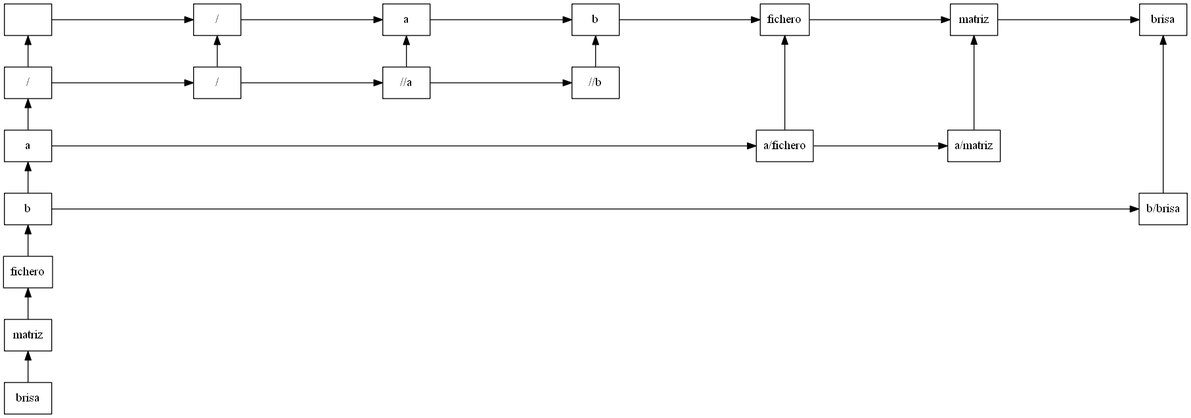
This is matriz.png from Aranmarh/EDD_2S2019_PY2_201408507, a Graphviz export, as it was before one commit. Its source is kept beside it as Matriz.dot.
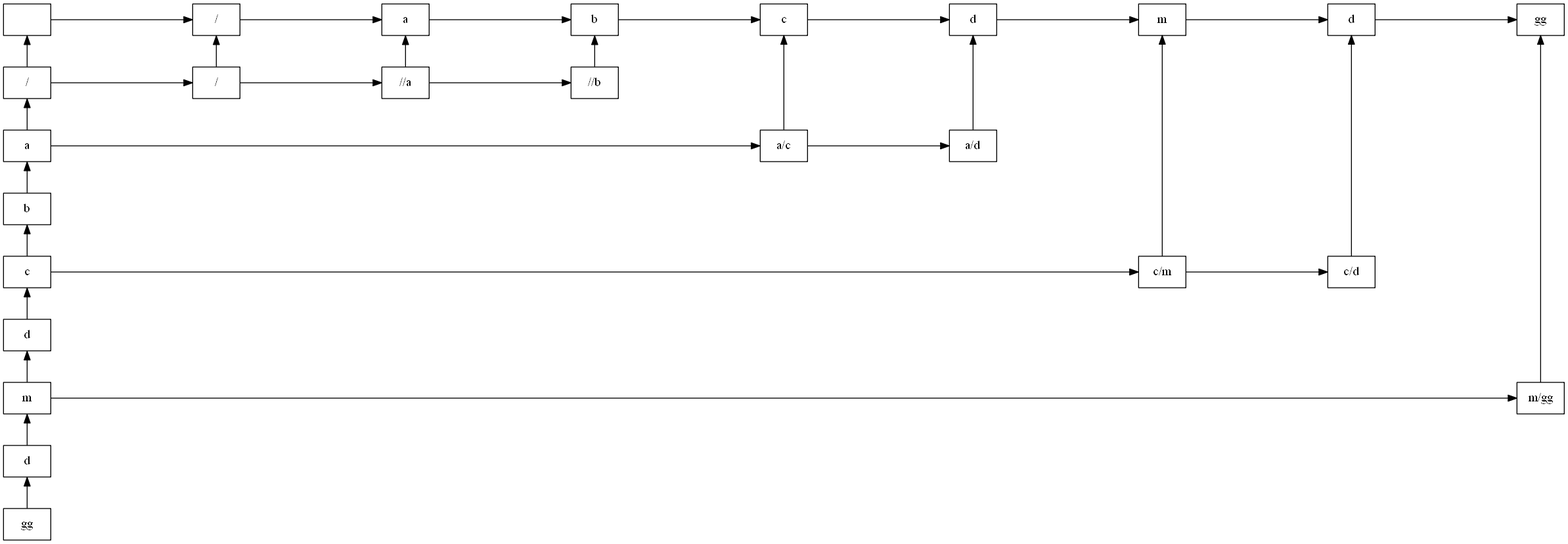
The same file after the commit.

The edit, as a diff of the source:
```diff
@@ -8,11 +8,15 @@
 20->30
 30[label="b " pos="9,0!"];
 30->40
-40[label="fichero " pos="12,0!"];
+40[label="c " pos="12,0!"];
 40->50
-50[label="matriz " pos="15,0!"];
+50[label="d " pos="15,0!"];
 50->60
-60[label="brisa " pos="18,0!"];
+60[label="m " pos="18,0!"];
+60->70
+70[label="d " pos="21,0!"];
+70->80
+80[label="gg " pos="24,0!"];
 01[label="/ " pos="0,-1!"];
 01->00
 01->11
@@ -27,20 +31,30 @@
 02[label="a " pos="0,-2!"];
 02->01
 02->42
-42[label="a/fichero " pos="12,-2!"];
+42[label="a/c " pos="12,-2!"];
 42->40
 42->52
-52[label="a/matriz " pos="15,-2!"];
+52[label="a/d " pos="15,-2!"];
 52->50
 03[label="b " pos="0,-3!"];
 03->02
-03->63
-63[label="b/brisa " pos="18,-3!"];
-63->60
-04[label="fichero " pos="0,-4!"];
+04[label="c " pos="0,-4!"];
 04->03
-05[label="matriz " pos="0,-5!"];
+04->64
+64[label="c/m " pos="18,-4!"];
+64->60
+64->74
+74[label="c/d " pos="21,-4!"];
+74->70
+05[label="d " pos="0,-5!"];
 05->04
-06[label="brisa " pos="0,-6!"];
+06[label="m " pos="0,-6!"];
 06->05
+06->86
+86[label="m/gg " pos="24,-6!"];
+86->80
+07[label="d " pos="0,-7!"];
+07->06
+08[label="gg " pos="0,-8!"];
+08->07
 }
```
